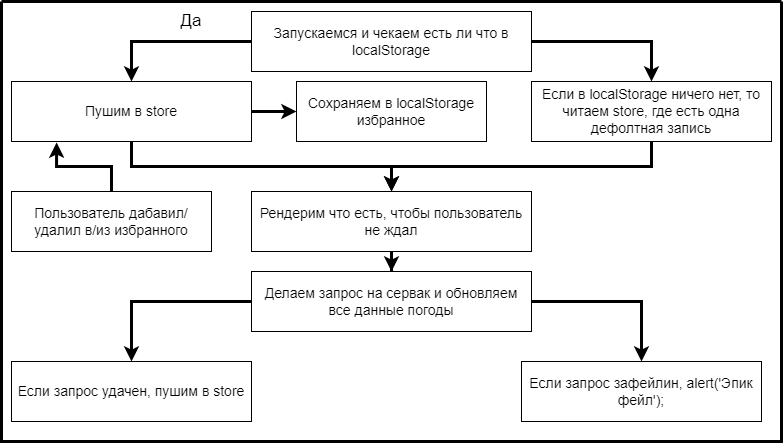
Earlier version of the draw.io export algo.png (yrgenius/Strada.weather). Source tidied: cells renumbered, new cells last; positions are measured from the earlier drawing's top-left corner, leaving out a move shared by most shapes.
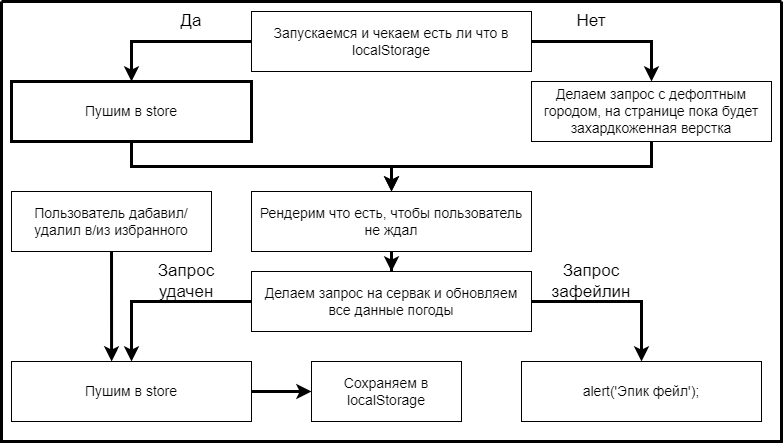
After the change.

The edit, as a diff of the source:
```diff
@@ -14,16 +14,13 @@
     <mxCell id="5" style="edgeStyle=orthogonalEdgeStyle;rounded=0;jettySize=auto;html=1;strokeColor=#000000;strokeWidth=3;fontSize=14;" parent="1" edge="1" source="7" target="14">
       <mxGeometry relative="1" as="geometry" />
     </mxCell>
-    <mxCell id="6" style="edgeStyle=orthogonalEdgeStyle;rounded=0;jettySize=auto;html=1;entryX=0;entryY=0.5;entryDx=0;entryDy=0;strokeColor=#000000;strokeWidth=3;fontSize=17;fontColor=#FFFFFF;" parent="1" edge="1" source="7" target="20">
-      <mxGeometry relative="1" as="geometry" />
-    </mxCell>
-    <mxCell id="7" value="&lt;font style=&quot;font-size: 14px;&quot;&gt;Пушим в store&lt;/font&gt;" style="rounded=0;whiteSpace=wrap;html=1;" parent="1" vertex="1">
+    <mxCell id="7" value="&lt;font style=&quot;font-size: 14px;&quot;&gt;Пушим в store&lt;/font&gt;" style="rounded=0;whiteSpace=wrap;html=1;strokeWidth=3;strokeColor=#000000;" parent="1" vertex="1">
       <mxGeometry x="10" y="80" width="240" height="60" as="geometry" />
     </mxCell>
     <mxCell id="8" style="edgeStyle=orthogonalEdgeStyle;rounded=0;jettySize=auto;html=1;entryX=0.5;entryY=0;entryDx=0;entryDy=0;strokeColor=#000000;strokeWidth=3;fontSize=14;" parent="1" edge="1" source="9" target="14">
       <mxGeometry relative="1" as="geometry" />
     </mxCell>
-    <mxCell id="9" value="Если в localStorage ничего нет, то читаем store, где есть одна дефолтная запись" style="rounded=0;whiteSpace=wrap;html=1;fontSize=14;strokeWidth=1;" parent="1" vertex="1">
+    <mxCell id="9" value="Делаем запрос с дефолтным городом, на странице пока будет захардкоженная верстка" style="rounded=0;whiteSpace=wrap;html=1;fontSize=14;strokeWidth=1;" parent="1" vertex="1">
       <mxGeometry x="530" y="80" width="240" height="60" as="geometry" />
     </mxCell>
     <mxCell id="10" style="edgeStyle=orthogonalEdgeStyle;rounded=0;jettySize=auto;html=1;entryX=0.5;entryY=0;entryDx=0;entryDy=0;strokeColor=#000000;strokeWidth=3;fontSize=14;exitX=0;exitY=0.5;exitDx=0;exitDy=0;" parent="1" edge="1" source="12" target="15">
@@ -41,24 +38,24 @@
     <mxCell id="14" value="Рендерим что есть, чтобы пользователь не ждал" style="rounded=0;whiteSpace=wrap;html=1;strokeWidth=1;fontSize=14;" parent="1" vertex="1">
       <mxGeometry x="250" y="190" width="280" height="60" as="geometry" />
     </mxCell>
+    <mxCell id="23" style="edgeStyle=none;html=1;entryX=0;entryY=0.5;entryDx=0;entryDy=0;fontColor=#000000;strokeWidth=3;strokeColor=#000000;" parent="1" edge="1" source="15" target="25">
+      <mxGeometry relative="1" as="geometry" />
+    </mxCell>
-    <mxCell id="15" value="Если запрос удачен, пушим в store" style="rounded=0;whiteSpace=wrap;html=1;strokeWidth=1;fontSize=14;" parent="1" vertex="1">
+    <mxCell id="15" value="Пушим в store" style="rounded=0;whiteSpace=wrap;html=1;strokeWidth=1;fontSize=14;" parent="1" vertex="1">
       <mxGeometry x="10" y="360" width="240" height="60" as="geometry" />
     </mxCell>
-    <mxCell id="16" value="Если запрос зафейлин, alert('Эпик фейл');" style="rounded=0;whiteSpace=wrap;html=1;strokeWidth=1;fontSize=14;" parent="1" vertex="1">
+    <mxCell id="16" value="alert('Эпик фейл');" style="rounded=0;whiteSpace=wrap;html=1;strokeWidth=1;fontSize=14;" parent="1" vertex="1">
       <mxGeometry x="520" y="360" width="240" height="60" as="geometry" />
     </mxCell>
-    <mxCell id="17" style="edgeStyle=orthogonalEdgeStyle;rounded=0;jettySize=auto;html=1;entryX=0.188;entryY=1.017;entryDx=0;entryDy=0;strokeColor=#000000;strokeWidth=3;fontSize=14;exitX=0.5;exitY=0;exitDx=0;exitDy=0;entryPerimeter=0;" parent="1" edge="1" source="18" target="7">
-      <mxGeometry relative="1" as="geometry" />
-    </mxCell>
+    <mxCell id="24" style="edgeStyle=none;html=1;entryX=0.417;entryY=0;entryDx=0;entryDy=0;entryPerimeter=0;strokeColor=#000000;strokeWidth=3;fontColor=#000000;" parent="1" edge="1" source="18" target="15">
+      <mxGeometry relative="1" as="geometry" />
+    </mxCell>
     <mxCell id="18" value="Пользователь дабавил/удалил в/из избранного" style="rounded=0;whiteSpace=wrap;html=1;strokeWidth=1;fontSize=14;" parent="1" vertex="1">
       <mxGeometry x="10" y="190" width="200" height="60" as="geometry" />
     </mxCell>
     <mxCell id="19" value="&lt;font style=&quot;font-size: 17px;&quot; color=&quot;#000000&quot;&gt;Да&lt;/font&gt;" style="text;html=1;align=center;verticalAlign=middle;whiteSpace=wrap;rounded=0;strokeWidth=1;fontSize=14;" parent="1" vertex="1">
       <mxGeometry x="160" y="10" width="60" height="20" as="geometry" />
     </mxCell>
-    <mxCell id="20" value="&lt;font style=&quot;font-size: 14px;&quot;&gt;Сохраняем в localStorage избранное&lt;/font&gt;" style="rounded=0;whiteSpace=wrap;html=1;" parent="1" vertex="1">
-      <mxGeometry x="295" y="80" width="190" height="60" as="geometry" />
-    </mxCell>
     <mxCell id="21" style="endArrow=none;html=1;fontColor=#FFFFFF;" parent="1" edge="1">
       <mxGeometry relative="1" as="geometry">
         <mxPoint x="370" y="290" as="sourcePoint" />
@@ -68,5 +65,17 @@
     <mxCell id="22" style="swimlane;startSize=0;labelBackgroundColor=none;fontColor=#FFFFFF;fillColor=#000000;strokeWidth=3;strokeColor=#000000;" parent="1" vertex="1">
       <mxGeometry width="780" height="440" as="geometry" />
     </mxCell>
+    <mxCell id="25" value="&lt;font style=&quot;font-size: 14px;&quot;&gt;Сохраняем в localStorage&lt;/font&gt;" style="rounded=0;whiteSpace=wrap;html=1;" parent="22" vertex="1">
+      <mxGeometry x="310" y="360" width="150" height="60" as="geometry" />
+    </mxCell>
+    <mxCell id="26" value="&lt;font style=&quot;font-size: 17px;&quot; color=&quot;#000000&quot;&gt;Запрос зафейлин&lt;/font&gt;" style="text;html=1;align=center;verticalAlign=middle;whiteSpace=wrap;rounded=0;strokeWidth=1;fontSize=14;" parent="22" vertex="1">
+      <mxGeometry x="550" y="270" width="80" height="20" as="geometry" />
+    </mxCell>
+    <mxCell id="27" value="&lt;font style=&quot;font-size: 17px;&quot; color=&quot;#000000&quot;&gt;Запрос удачен&lt;/font&gt;" style="text;html=1;align=center;verticalAlign=middle;whiteSpace=wrap;rounded=0;strokeWidth=1;fontSize=14;" parent="22" vertex="1">
+      <mxGeometry x="170" y="270" width="30" height="20" as="geometry" />
+    </mxCell>
+    <mxCell id="28" value="&lt;font style=&quot;font-size: 17px;&quot; color=&quot;#000000&quot;&gt;Нет&lt;/font&gt;" style="text;html=1;align=center;verticalAlign=middle;whiteSpace=wrap;rounded=0;strokeWidth=1;fontSize=14;" parent="22" vertex="1">
+      <mxGeometry x="560" y="10" width="60" height="20" as="geometry" />
+    </mxCell>
   </root>
 </mxGraphModel>
```
